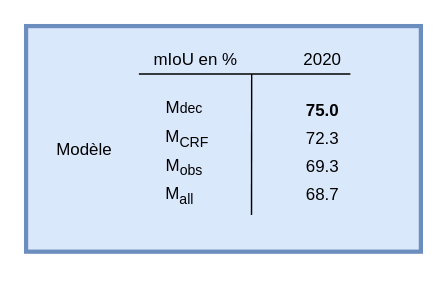
The draw.io diagram illustrations/conf_mat_exp2_4_models.drawio in felixquinton1/lightweight-temporal-attention-pytorch, before the edit. Source tidied: cells renumbered, new cells numbered last; positions are measured from the earlier drawing's top-left corner, leaving out a move shared by most shapes. Both pictures are drawn from the tidied source at 141%, with x=0, y=0 at pixel (25, 25).
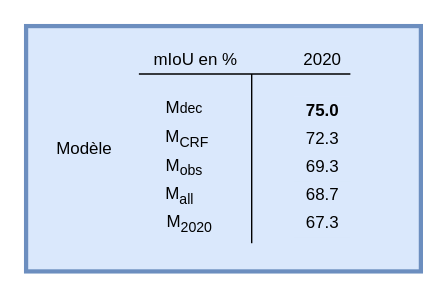
After the change.

Change to the diagram source:
```diff
@@
     <mxCell id="2" style="rounded=0;whiteSpace=wrap;html=1;labelBackgroundColor=none;strokeColor=#6c8ebf;strokeWidth=3;fillColor=#dae8fc;" parent="1" vertex="1">
-      <mxGeometry width="280" height="160" as="geometry" />
+      <mxGeometry width="280" height="174" as="geometry" />
     </mxCell>
     <mxCell id="3" value="Modèle" style="text;html=1;align=center;verticalAlign=middle;strokeColor=none;" parent="1" vertex="1">
-      <mxGeometry x="16" y="78" width="50" height="20" as="geometry" />
+      <mxGeometry x="16" y="77" width="50" height="20" as="geometry" />
     </mxCell>
@@
-    <mxCell id="7" style="endArrow=none;html=1;fontColor=#FF3333;exitX=0.571;exitY=0.837;exitDx=0;exitDy=0;exitPerimeter=0;" parent="1" edge="1" source="2">
+    <mxCell id="7" style="endArrow=none;html=1;fontColor=#FF3333;" parent="1" edge="1">
       <mxGeometry relative="1" as="geometry">
+        <mxPoint x="160" y="154" as="sourcePoint" />
         <mxPoint x="160" y="34" as="targetPoint" />
       </mxGeometry>
     </mxCell>
@@
+    <mxCell id="17" value="&amp;nbsp;&amp;nbsp;&amp;nbsp; M&lt;sub&gt;2020&lt;/sub&gt;" style="text;html=1;align=center;verticalAlign=middle;strokeColor=none;" parent="1" vertex="1">
+      <mxGeometry x="79" y="130" width="60" height="20" as="geometry" />
+    </mxCell>
+    <mxCell id="18" value="67.3" style="text;html=1;align=center;verticalAlign=middle;fillColor=#dae8fc;strokeWidth=2;" parent="1" vertex="1">
+      <mxGeometry x="190" y="130" width="40" height="20" as="geometry" />
+    </mxCell>
```
